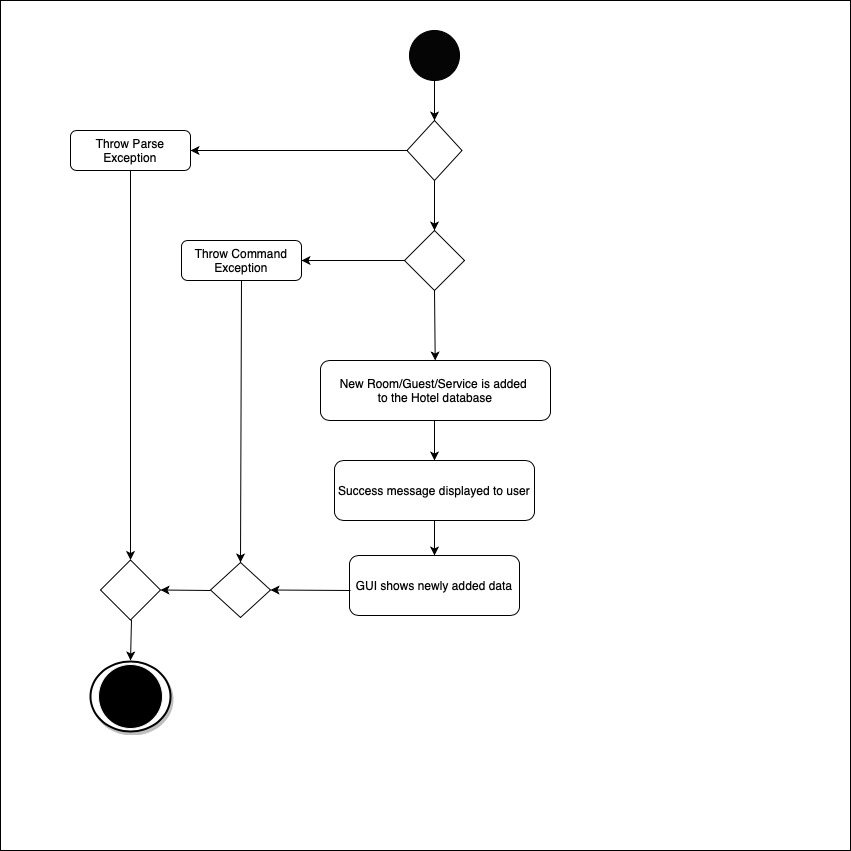
Before: images/AddCommandDiagram.png, a diagram exported from draw.io (AY1920S2-CS2103T-W13-2/main). Source tidied: cells renumbered, new cells last; positions are measured from the earlier drawing's top-left corner, leaving out a move shared by most shapes.
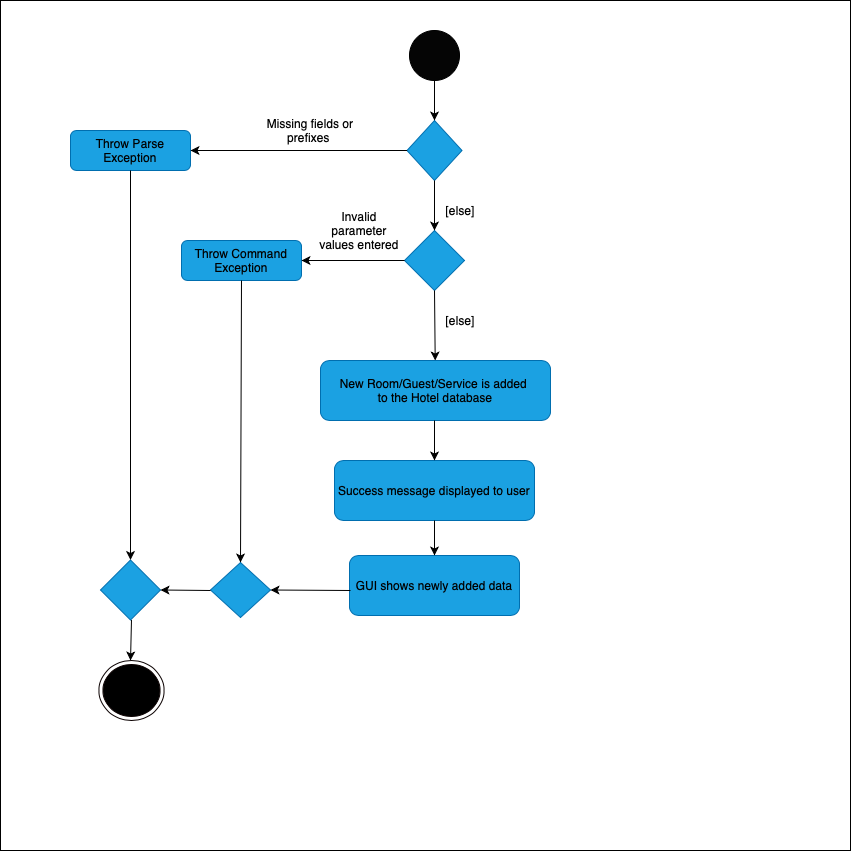
Above is the later version.

Change to the diagram source:
```diff
@@ -14,19 +14,19 @@
     <mxCell id="5" style="ellipse;whiteSpace=wrap;html=1;fillColor=#050505;" parent="1" vertex="1">
       <mxGeometry x="409" y="30" width="50" height="50" as="geometry" />
     </mxCell>
-    <mxCell id="6" style="rhombus;whiteSpace=wrap;html=1;fillColor=#FFFFFF;" parent="1" vertex="1">
+    <mxCell id="6" style="rhombus;whiteSpace=wrap;html=1;fillColor=#1ba1e2;strokeColor=#006EAF;fontColor=#ffffff;" parent="1" vertex="1">
       <mxGeometry x="406.5" y="120" width="55" height="60" as="geometry" />
     </mxCell>
     <mxCell id="7" style="endArrow=classic;html=1;exitX=0.5;exitY=1;exitDx=0;exitDy=0;entryX=0.5;entryY=0;entryDx=0;entryDy=0;" parent="1" edge="1" source="5" target="6">
       <mxGeometry relative="1" as="geometry" />
     </mxCell>
-    <mxCell id="8" value="Throw Parse Exception" style="rounded=1;whiteSpace=wrap;html=1;fillColor=#FFFFFF;" parent="1" vertex="1">
+    <mxCell id="8" value="&lt;font color=&quot;#000000&quot;&gt;Throw Parse Exception&lt;/font&gt;" style="rounded=1;whiteSpace=wrap;html=1;fillColor=#1ba1e2;strokeColor=#006EAF;fontColor=#ffffff;" parent="1" vertex="1">
       <mxGeometry x="70" y="130" width="120" height="40" as="geometry" />
     </mxCell>
     <mxCell id="9" style="endArrow=classic;html=1;entryX=1;entryY=0.5;entryDx=0;entryDy=0;exitX=0;exitY=0.5;exitDx=0;exitDy=0;" parent="1" edge="1" source="6" target="8">
       <mxGeometry relative="1" as="geometry" />
     </mxCell>
-    <mxCell id="10" style="rhombus;whiteSpace=wrap;html=1;fillColor=#FFFFFF;" parent="1" vertex="1">
+    <mxCell id="10" style="rhombus;whiteSpace=wrap;html=1;fillColor=#1ba1e2;strokeColor=#006EAF;fontColor=#ffffff;" parent="1" vertex="1">
       <mxGeometry x="404" y="230" width="60" height="60" as="geometry" />
     </mxCell>
     <mxCell id="11" style="endArrow=classic;html=1;entryX=0.5;entryY=0;entryDx=0;entryDy=0;" parent="1" edge="1" target="10">
@@ -34,7 +34,7 @@
         <mxPoint x="434" y="180" as="sourcePoint" />
       </mxGeometry>
     </mxCell>
-    <mxCell id="12" value="Throw Command Exception" style="rounded=1;whiteSpace=wrap;html=1;fillColor=#FFFFFF;" parent="1" vertex="1">
+    <mxCell id="12" value="&lt;font color=&quot;#000000&quot;&gt;Throw Command Exception&lt;/font&gt;" style="rounded=1;whiteSpace=wrap;html=1;fillColor=#1ba1e2;strokeColor=#006EAF;fontColor=#ffffff;" parent="1" vertex="1">
       <mxGeometry x="181" y="240" width="120" height="40" as="geometry" />
     </mxCell>
     <mxCell id="13" style="endArrow=classic;html=1;entryX=1;entryY=0.5;entryDx=0;entryDy=0;exitX=0;exitY=0.5;exitDx=0;exitDy=0;" parent="1" edge="1" source="10" target="12">
@@ -45,13 +45,13 @@
         <mxPoint x="434" y="290" as="sourcePoint" />
       </mxGeometry>
     </mxCell>
-    <mxCell id="15" value="New Room/Guest/Service is added&amp;nbsp;&lt;br&gt;to the Hotel database" style="rounded=1;whiteSpace=wrap;html=1;" parent="1" vertex="1">
+    <mxCell id="15" value="&lt;font color=&quot;#000000&quot;&gt;New Room/Guest/Service is added&amp;nbsp;&lt;br&gt;to the Hotel database&lt;/font&gt;" style="rounded=1;whiteSpace=wrap;html=1;fillColor=#1ba1e2;strokeColor=#006EAF;fontColor=#ffffff;" parent="1" vertex="1">
       <mxGeometry x="320" y="360" width="230" height="60" as="geometry" />
     </mxCell>
-    <mxCell id="16" value="Success message displayed to user" style="rounded=1;whiteSpace=wrap;html=1;fillColor=#FFFFFF;" parent="1" vertex="1">
+    <mxCell id="16" value="&lt;font color=&quot;#000000&quot;&gt;Success message displayed to user&lt;/font&gt;" style="rounded=1;whiteSpace=wrap;html=1;fillColor=#1ba1e2;strokeColor=#006EAF;fontColor=#ffffff;" parent="1" vertex="1">
       <mxGeometry x="334" y="460" width="200" height="60" as="geometry" />
     </mxCell>
-    <mxCell id="17" value="GUI shows newly added data" style="rounded=1;whiteSpace=wrap;html=1;fillColor=#FFFFFF;" parent="1" vertex="1">
+    <mxCell id="17" value="&lt;font color=&quot;#000000&quot;&gt;GUI shows newly added data&lt;/font&gt;" style="rounded=1;whiteSpace=wrap;html=1;fillColor=#1ba1e2;strokeColor=#006EAF;fontColor=#ffffff;" parent="1" vertex="1">
       <mxGeometry x="349" y="555" width="170" height="60" as="geometry" />
     </mxCell>
     <mxCell id="18" style="endArrow=classic;html=1;entryX=0.5;entryY=0;entryDx=0;entryDy=0;" parent="1" edge="1" target="16">
@@ -64,7 +64,7 @@
         <mxPoint x="434" y="520" as="sourcePoint" />
       </mxGeometry>
     </mxCell>
-    <mxCell id="20" style="rhombus;whiteSpace=wrap;html=1;fillColor=#FFFFFF;" parent="1" vertex="1">
+    <mxCell id="20" style="rhombus;whiteSpace=wrap;html=1;fillColor=#1ba1e2;strokeColor=#006EAF;fontColor=#ffffff;" parent="1" vertex="1">
       <mxGeometry x="210" y="562" width="60" height="55" as="geometry" />
     </mxCell>
     <mxCell id="21" style="endArrow=classic;html=1;entryX=1;entryY=0.5;entryDx=0;entryDy=0;" parent="1" edge="1" target="20">
@@ -75,7 +75,7 @@
     <mxCell id="22" style="endArrow=classic;html=1;entryX=0.5;entryY=0;entryDx=0;entryDy=0;exitX=0.5;exitY=1;exitDx=0;exitDy=0;" parent="1" edge="1" source="12" target="20">
       <mxGeometry relative="1" as="geometry" />
     </mxCell>
-    <mxCell id="23" style="rhombus;whiteSpace=wrap;html=1;fillColor=#FFFFFF;" parent="1" vertex="1">
+    <mxCell id="23" style="rhombus;whiteSpace=wrap;html=1;fillColor=#1ba1e2;strokeColor=#006EAF;fontColor=#ffffff;" parent="1" vertex="1">
       <mxGeometry x="100" y="559.5" width="60" height="60" as="geometry" />
     </mxCell>
     <mxCell id="24" style="endArrow=classic;html=1;entryX=0.5;entryY=0;entryDx=0;entryDy=0;exitX=0.5;exitY=1;exitDx=0;exitDy=0;" parent="1" edge="1" source="8" target="23">
@@ -92,11 +92,20 @@
         <mxPoint x="130" y="660" as="targetPoint" />
       </mxGeometry>
     </mxCell>
-    <mxCell id="27" style="strokeWidth=2;html=1;shape=mxgraph.flowchart.start_2;whiteSpace=wrap;shadow=1;fillColor=#FFFFFF;" parent="1" vertex="1">
-      <mxGeometry x="90" y="661" width="80" height="70" as="geometry" />
-    </mxCell>
-    <mxCell id="28" style="ellipse;whiteSpace=wrap;html=1;shadow=0;strokeColor=#F7F7F7;fillColor=#000000;" parent="1" vertex="1">
-      <mxGeometry x="98" y="664" width="64" height="64" as="geometry" />
-    </mxCell>
+    <mxCell id="29" style="ellipse;html=1;shape=endState;fillColor=#000000;strokeColor=#0A0000;" parent="1" vertex="1">
+      <mxGeometry x="98.5" y="660" width="65" height="60" as="geometry" />
+    </mxCell>
+    <mxCell id="30" value="Missing fields or prefixes&amp;nbsp;" style="text;html=1;strokeColor=none;fillColor=none;align=center;verticalAlign=middle;whiteSpace=wrap;rounded=0;" parent="1" vertex="1">
+      <mxGeometry x="260" y="120" width="100" height="20" as="geometry" />
+    </mxCell>
+    <mxCell id="31" value="[else]" style="text;html=1;strokeColor=none;fillColor=none;align=center;verticalAlign=middle;whiteSpace=wrap;rounded=0;" parent="1" vertex="1">
+      <mxGeometry x="440" y="200" width="40" height="20" as="geometry" />
+    </mxCell>
+    <mxCell id="32" value="Invalid parameter values entered" style="text;html=1;strokeColor=none;fillColor=none;align=center;verticalAlign=middle;whiteSpace=wrap;rounded=0;" parent="1" vertex="1">
+      <mxGeometry x="314" y="220" width="90" height="20" as="geometry" />
+    </mxCell>
+    <mxCell id="33" value="[else]" style="text;html=1;strokeColor=none;fillColor=none;align=center;verticalAlign=middle;whiteSpace=wrap;rounded=0;" parent="1" vertex="1">
+      <mxGeometry x="440" y="310" width="40" height="20" as="geometry" />
+    </mxCell>
   </root>
 </mxGraphModel>
```
